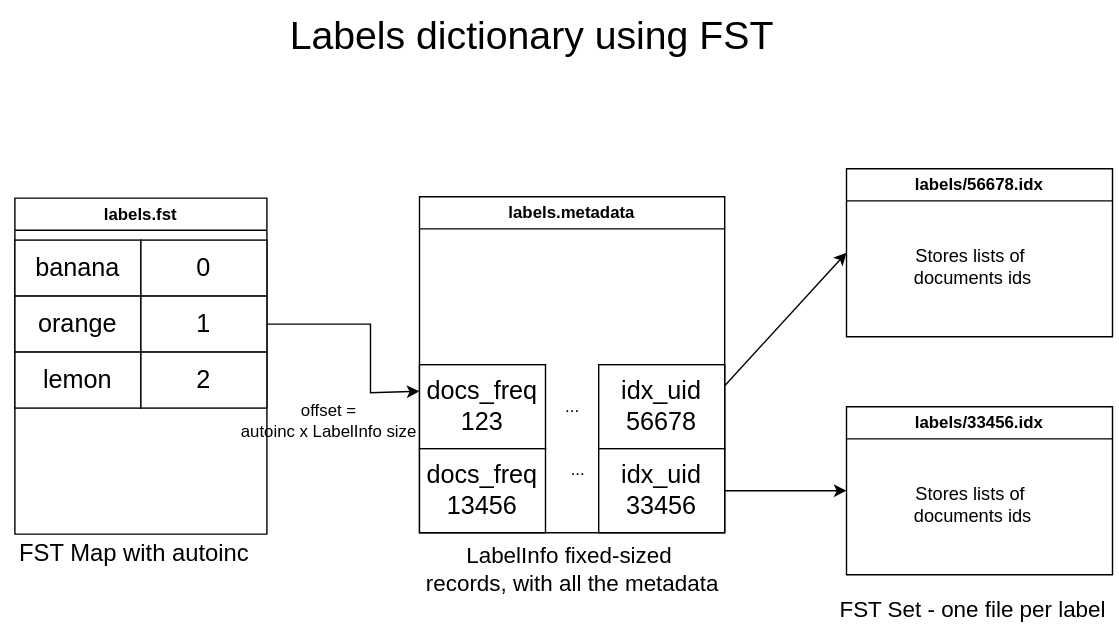
Earlier version of the draw.io export labels.drawio.svg (tarekziade/labels). Source tidied: cells renumbered, new cells last; positions are measured from the earlier drawing's top-left corner, leaving out a move shared by most shapes.
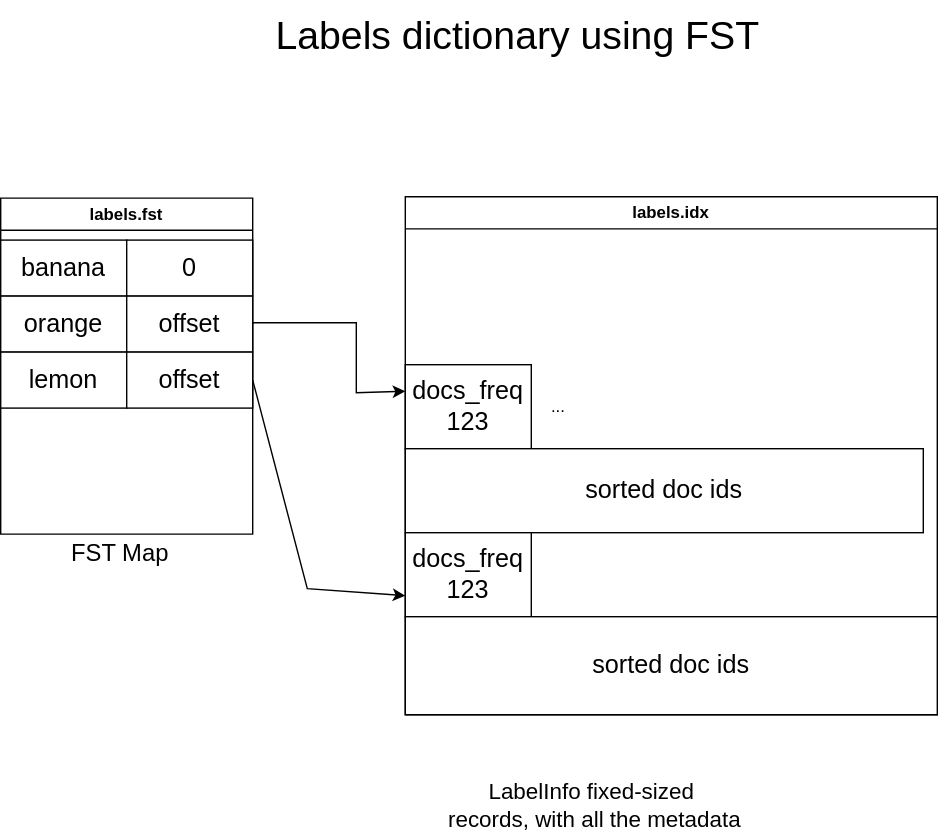
Above is the later version.

What changed in the source:
```diff
@@ -14,76 +14,58 @@
     <mxCell id="5" value="orange" style="rounded=0;whiteSpace=wrap;html=1;fontSize=18;" parent="2" vertex="1">
       <mxGeometry y="70" width="90" height="40" as="geometry" />
     </mxCell>
-    <mxCell id="6" value="1" style="rounded=0;whiteSpace=wrap;html=1;fontSize=18;" parent="2" vertex="1">
+    <mxCell id="6" value="offset" style="rounded=0;whiteSpace=wrap;html=1;fontSize=18;" parent="2" vertex="1">
       <mxGeometry x="90" y="70" width="90" height="40" as="geometry" />
     </mxCell>
     <mxCell id="7" value="lemon" style="rounded=0;whiteSpace=wrap;html=1;fontSize=18;" parent="2" vertex="1">
       <mxGeometry y="110" width="90" height="40" as="geometry" />
     </mxCell>
-    <mxCell id="8" value="2" style="rounded=0;whiteSpace=wrap;html=1;fontSize=18;" parent="2" vertex="1">
+    <mxCell id="8" value="offset" style="rounded=0;whiteSpace=wrap;html=1;fontSize=18;" parent="2" vertex="1">
       <mxGeometry x="90" y="110" width="90" height="40" as="geometry" />
     </mxCell>
-    <mxCell id="9" value="labels.metadata" style="swimlane;whiteSpace=wrap;html=1;" parent="1" vertex="1">
-      <mxGeometry x="299" y="140" width="218" height="240" as="geometry" />
+    <mxCell id="9" value="labels.idx" style="swimlane;whiteSpace=wrap;html=1;" parent="1" vertex="1">
+      <mxGeometry x="299" y="140" width="380" height="370" as="geometry" />
     </mxCell>
     <mxCell id="10" value="&lt;div&gt;docs_freq&lt;/div&gt;&lt;div&gt;123&lt;br&gt;&lt;/div&gt;" style="rounded=0;whiteSpace=wrap;html=1;fontSize=18;align=center;" parent="9" vertex="1">
       <mxGeometry y="120" width="90" height="60" as="geometry" />
     </mxCell>
-    <mxCell id="11" value="idx_uid &lt;br&gt;&lt;div align=&quot;center&quot;&gt;56678&lt;/div&gt;" style="rounded=0;whiteSpace=wrap;html=1;fontSize=18;align=center;" parent="9" vertex="1">
-      <mxGeometry x="128" y="120" width="90" height="60" as="geometry" />
+    <mxCell id="11" value="sorted doc ids" style="rounded=0;whiteSpace=wrap;html=1;fontSize=18;align=center;" parent="9" vertex="1">
+      <mxGeometry y="180" width="370" height="60" as="geometry" />
     </mxCell>
-    <mxCell id="12" value="&lt;div&gt;docs_freq&lt;/div&gt;&lt;div&gt;13456&lt;br&gt;&lt;/div&gt;" style="rounded=0;whiteSpace=wrap;html=1;fontSize=18;align=center;" parent="9" vertex="1">
-      <mxGeometry y="180" width="90" height="60" as="geometry" />
-    </mxCell>
-    <mxCell id="13" value="idx_uid &lt;br&gt;&lt;div align=&quot;center&quot;&gt;33456&lt;br&gt;&lt;/div&gt;" style="rounded=0;whiteSpace=wrap;html=1;fontSize=18;align=center;" parent="9" vertex="1">
-      <mxGeometry x="128" y="180" width="90" height="60" as="geometry" />
-    </mxCell>
     <mxCell id="14" value="..." style="text;html=1;align=center;verticalAlign=middle;strokeColor=none;fillColor=none;" parent="9" vertex="1">
       <mxGeometry x="94" y="135" width="30" height="30" as="geometry" />
     </mxCell>
-    <mxCell id="15" value="..." style="text;html=1;align=center;verticalAlign=middle;strokeColor=none;fillColor=none;" parent="9" vertex="1">
-      <mxGeometry x="98" y="180" width="30" height="30" as="geometry" />
-    </mxCell>
-    <mxCell id="16" value="labels/33456.idx" style="swimlane;whiteSpace=wrap;html=1;" parent="1" vertex="1">
-      <mxGeometry x="604" y="290" width="190" height="120" as="geometry" />
-    </mxCell>
-    <mxCell id="17" value="&lt;div&gt;&lt;font style=&quot;font-size: 13px;&quot;&gt;Stores lists of&amp;nbsp;&lt;/font&gt;&lt;/div&gt;&lt;div&gt;&lt;font style=&quot;font-size: 13px;&quot;&gt;documents ids&lt;/font&gt;&lt;/div&gt;" style="text;html=1;align=center;verticalAlign=middle;strokeColor=none;fillColor=none;fontSize=13;" parent="16" vertex="1">
-      <mxGeometry x="35" y="50" width="110" height="40" as="geometry" />
-    </mxCell>
+    <mxCell id="28" value="&lt;div&gt;docs_freq&lt;/div&gt;&lt;div&gt;123&lt;br&gt;&lt;/div&gt;" style="rounded=0;whiteSpace=wrap;html=1;fontSize=18;align=center;" parent="9" vertex="1">
+      <mxGeometry y="240" width="90" height="60" as="geometry" />
+    </mxCell>
+    <mxCell id="29" value="sorted doc ids" style="rounded=0;whiteSpace=wrap;html=1;fontSize=18;align=center;" parent="9" vertex="1">
+      <mxGeometry y="300" width="380" height="70" as="geometry" />
+    </mxCell>
-    <mxCell id="18" style="edgeStyle=orthogonalEdgeStyle;rounded=0;jettySize=auto;html=1;exitX=1;exitY=0.5;exitDx=0;exitDy=0;entryX=0.933;entryY=-0.025;entryDx=0;entryDy=0;entryPerimeter=0;" parent="1" edge="1" source="6" target="21">
+    <mxCell id="18" style="edgeStyle=orthogonalEdgeStyle;rounded=0;jettySize=auto;html=1;exitX=1;exitY=0.5;exitDx=0;exitDy=0;entryX=0.933;entryY=-0.025;entryDx=0;entryDy=0;entryPerimeter=0;" parent="1" edge="1" source="6">
       <mxGeometry relative="1" as="geometry">
+        <mxPoint x="298.9" y="279" as="targetPoint" />
         <Array as="points">
-          <mxPoint x="264" y="231" />
+          <mxPoint x="190" y="230" />
+          <mxPoint x="264" y="230" />
           <mxPoint x="264" y="280" />
         </Array>
       </mxGeometry>
     </mxCell>
-    <mxCell id="19" value="&lt;font style=&quot;font-size: 17px;&quot;&gt;FST Map with autoinc&lt;/font&gt;" style="text;html=1;align=center;verticalAlign=middle;strokeColor=none;fillColor=none;" parent="1" vertex="1">
-      <mxGeometry y="381" width="190" height="30" as="geometry" />
+    <mxCell id="19" value="&lt;font style=&quot;font-size: 17px;&quot;&gt;FST Map&lt;/font&gt;" style="text;html=1;align=center;verticalAlign=middle;strokeColor=none;fillColor=none;" parent="1" vertex="1">
+      <mxGeometry x="50" y="381" width="90" height="30" as="geometry" />
     </mxCell>
     <mxCell id="20" value="&lt;div&gt;&lt;font style=&quot;font-size: 16px;&quot;&gt;LabelInfo fixed-sized&amp;nbsp;&lt;/font&gt;&lt;/div&gt;&lt;div&gt;&lt;font style=&quot;font-size: 16px;&quot;&gt;records, with all the metadata&lt;/font&gt; &lt;/div&gt;" style="text;html=1;align=center;verticalAlign=middle;strokeColor=none;fillColor=none;" parent="1" vertex="1">
-      <mxGeometry x="293" y="381" width="230" height="50" as="geometry" />
+      <mxGeometry x="319" y="550" width="230" height="50" as="geometry" />
     </mxCell>
-    <mxCell id="21" value="&lt;div&gt;offset =&lt;/div&gt;&lt;div&gt;autoinc x LabelInfo size&lt;/div&gt;" style="text;html=1;align=center;verticalAlign=middle;points=[];strokeColor=none;fillColor=none;" parent="1" vertex="1">
-      <mxGeometry x="159" y="280" width="150" height="40" as="geometry" />
-    </mxCell>
-    <mxCell id="22" value="&lt;font style=&quot;font-size: 16px;&quot;&gt;FST Set - one file per label&lt;/font&gt;" style="text;html=1;align=center;verticalAlign=middle;strokeColor=none;fillColor=none;" parent="1" vertex="1">
-      <mxGeometry x="589" y="420" width="210" height="30" as="geometry" />
-    </mxCell>
-    <mxCell id="23" style="endArrow=classic;html=1;rounded=0;entryX=0;entryY=0.5;entryDx=0;entryDy=0;" parent="1" edge="1" source="13" target="16">
-      <mxGeometry relative="1" as="geometry" />
-    </mxCell>
-    <mxCell id="24" value="labels/56678.idx" style="swimlane;whiteSpace=wrap;html=1;" parent="1" vertex="1">
-      <mxGeometry x="604" y="120" width="190" height="120" as="geometry" />
-    </mxCell>
-    <mxCell id="25" value="&lt;div&gt;&lt;font style=&quot;font-size: 13px;&quot;&gt;Stores lists of&amp;nbsp;&lt;/font&gt;&lt;/div&gt;&lt;div&gt;&lt;font style=&quot;font-size: 13px;&quot;&gt;documents ids&lt;/font&gt;&lt;/div&gt;" style="text;html=1;align=center;verticalAlign=middle;strokeColor=none;fillColor=none;fontSize=13;" parent="24" vertex="1">
-      <mxGeometry x="35" y="50" width="110" height="40" as="geometry" />
-    </mxCell>
-    <mxCell id="26" style="endArrow=classic;html=1;rounded=0;entryX=0;entryY=0.5;entryDx=0;entryDy=0;exitX=1;exitY=0.25;exitDx=0;exitDy=0;" parent="1" edge="1" source="11" target="24">
-      <mxGeometry relative="1" as="geometry" />
-    </mxCell>
     <mxCell id="27" value="&lt;font style=&quot;font-size: 28px;&quot;&gt;Labels dictionary using FST&lt;/font&gt;" style="text;html=1;align=center;verticalAlign=middle;strokeColor=none;fillColor=none;fontSize=28;" parent="1" vertex="1">
       <mxGeometry x="194" width="370" height="50" as="geometry" />
     </mxCell>
+    <mxCell id="30" style="endArrow=classic;html=1;rounded=0;exitX=1;exitY=0.5;exitDx=0;exitDy=0;entryX=0;entryY=0.75;entryDx=0;entryDy=0;" parent="1" edge="1" source="8" target="28">
+      <mxGeometry relative="1" as="geometry">
+        <Array as="points">
+          <mxPoint x="229" y="420" />
+        </Array>
+      </mxGeometry>
+    </mxCell>
   </root>
 </mxGraphModel>
```
